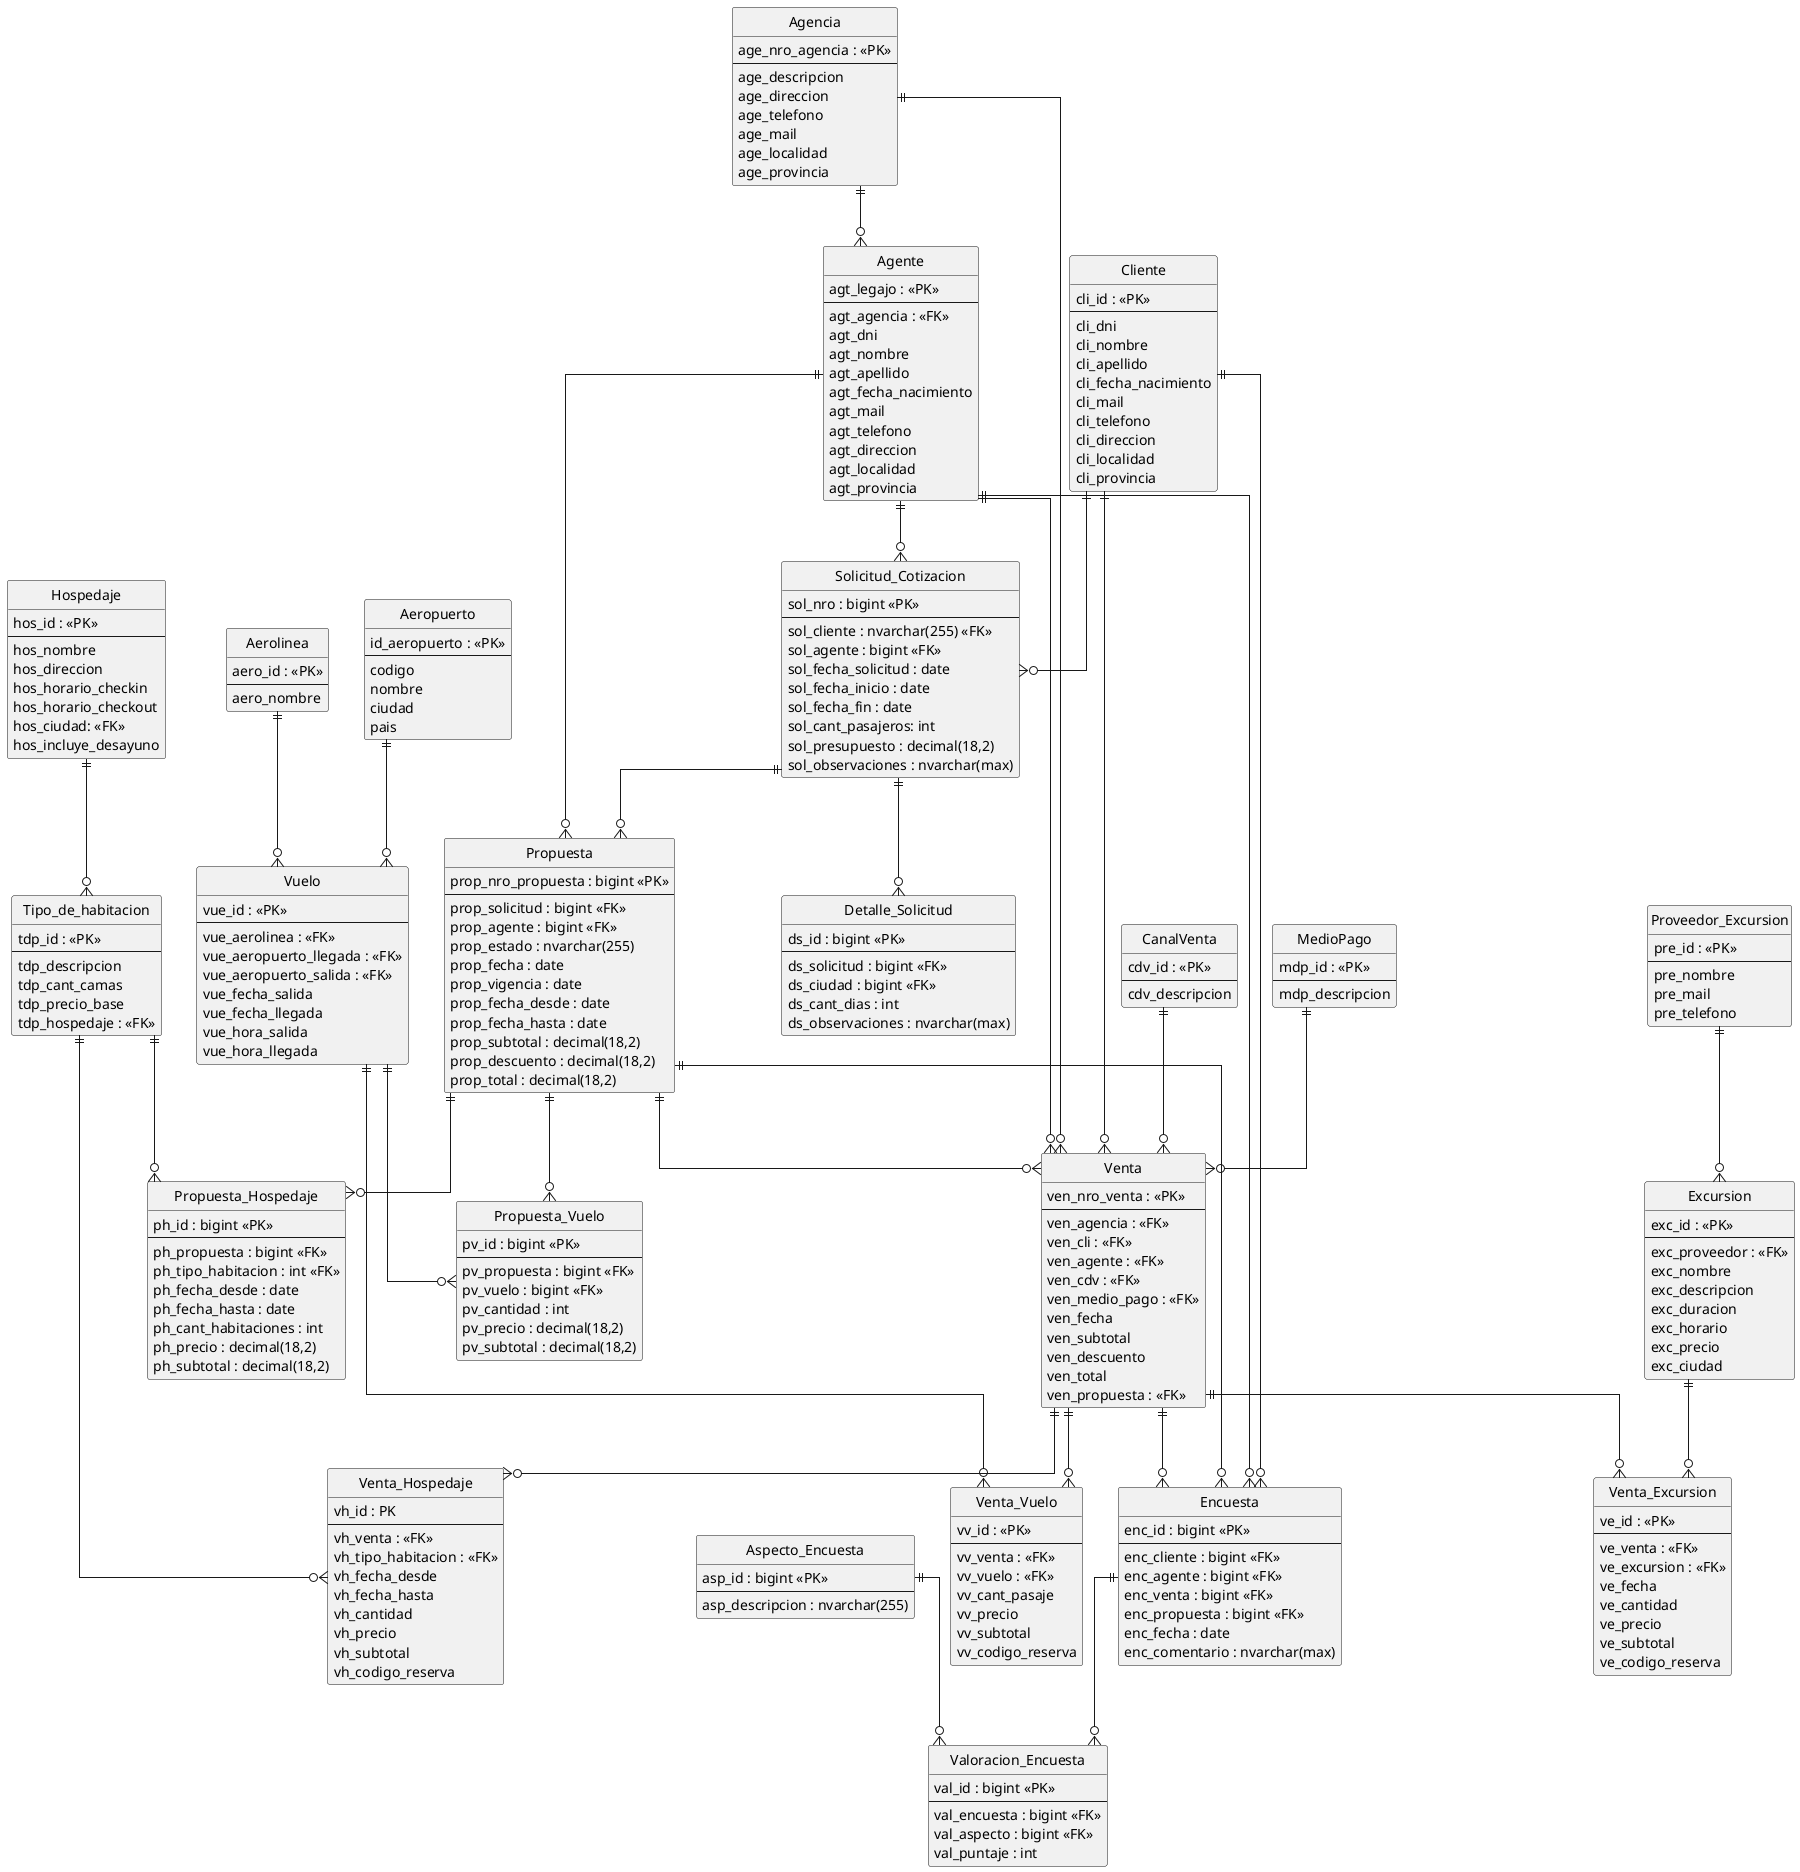
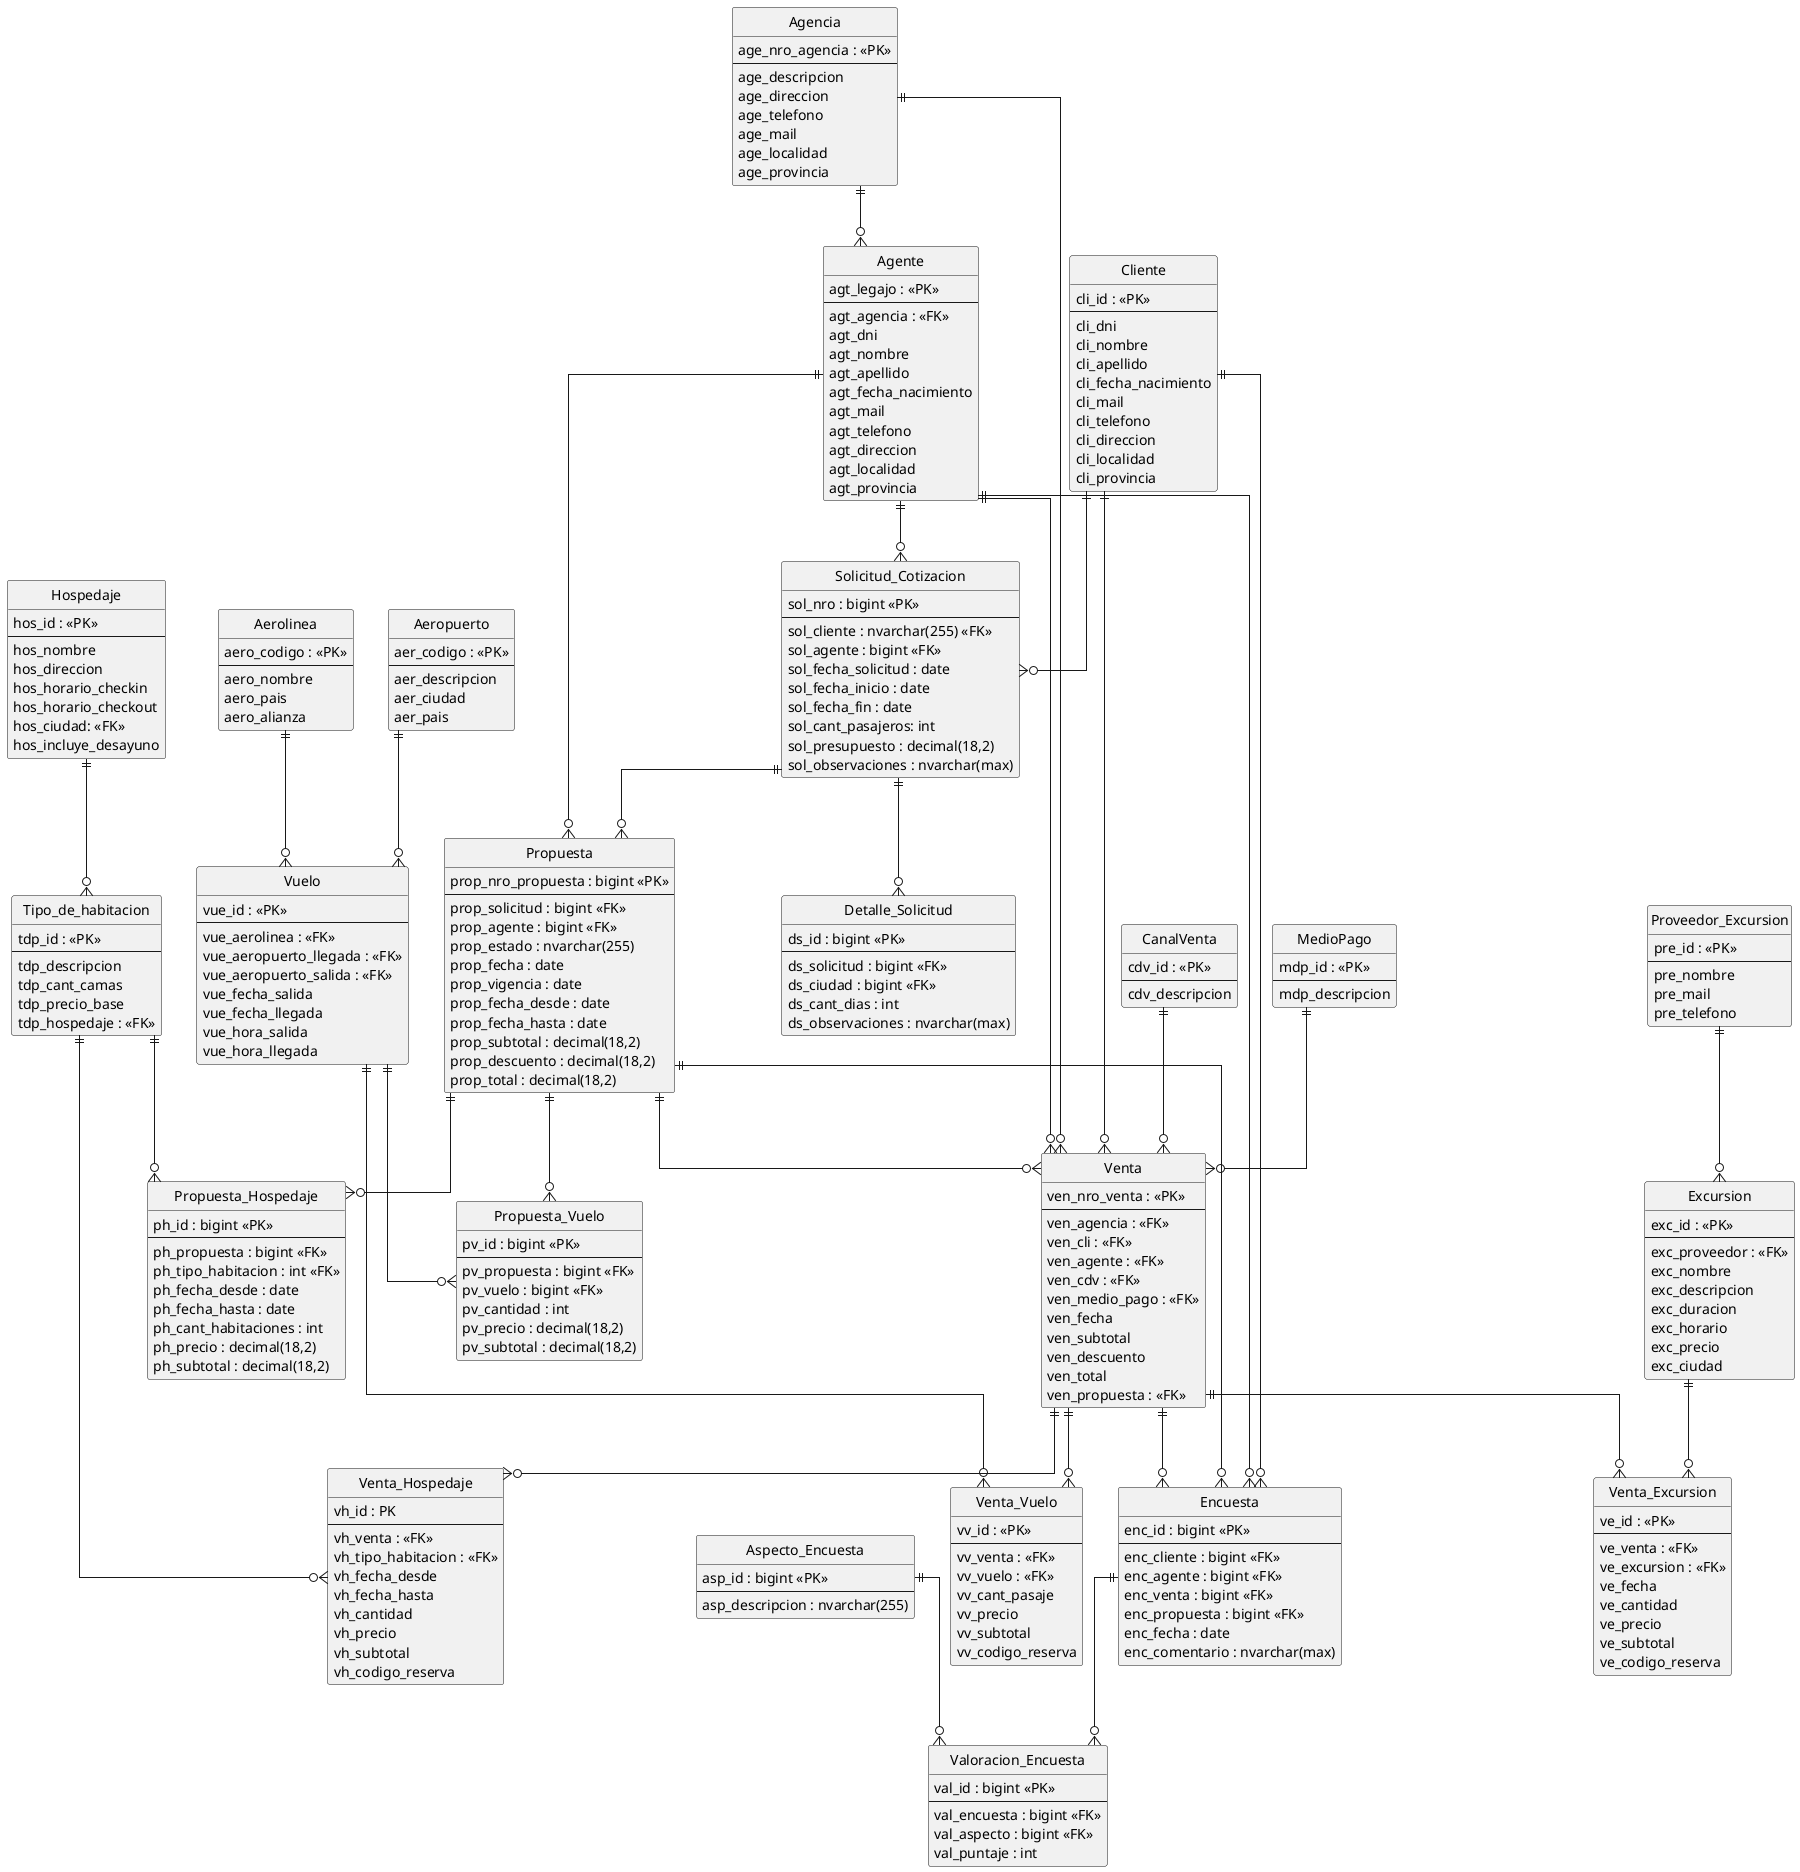
@startuml
hide circle
skinparam linetype ortho

entity Agencia {
  age_nro_agencia : <<PK>>
  --
  age_descripcion
  age_direccion
  age_telefono
  age_mail
  age_localidad
  age_provincia
}

entity Cliente {
  cli_id : <<PK>>
  --
  cli_dni
  cli_nombre
  cli_apellido
  cli_fecha_nacimiento
  cli_mail
  cli_telefono
  cli_direccion
  cli_localidad
  cli_provincia
}

entity Agente {
  agt_legajo : <<PK>>
  --
  agt_agencia : <<FK>>
  agt_dni
  agt_nombre
  agt_apellido
  agt_fecha_nacimiento
  agt_mail
  agt_telefono
  agt_direccion
  agt_localidad
  agt_provincia
}

entity CanalVenta {
  cdv_id : <<PK>>
  --
  cdv_descripcion
}

entity MedioPago {
  mdp_id : <<PK>>
  --
  mdp_descripcion
}

entity Aerolinea {
-   aero_id : <<PK>>
+   aero_codigo : <<PK>>
  --
  aero_nombre
+   aero_pais
+   aero_alianza
}

entity Aeropuerto {
-   id_aeropuerto : <<PK>>
-   --
-   codigo
-   nombre
-   ciudad
-   pais
+   aer_codigo : <<PK>>
+   --
+   aer_descripcion
+   aer_ciudad
+   aer_pais
}

entity Vuelo {
  vue_id : <<PK>>
  --
  vue_aerolinea : <<FK>>
  vue_aeropuerto_llegada : <<FK>>
  vue_aeropuerto_salida : <<FK>>
  vue_fecha_salida
  vue_fecha_llegada
  vue_hora_salida
  vue_hora_llegada
}

entity Hospedaje {
  hos_id : <<PK>>
  --
  hos_nombre
  hos_direccion
  hos_horario_checkin
  hos_horario_checkout
  hos_ciudad: <<FK>>
  hos_incluye_desayuno
}

entity Tipo_de_habitacion {
  tdp_id : <<PK>>
  --
  tdp_descripcion
  tdp_cant_camas
  tdp_precio_base
  tdp_hospedaje : <<FK>>
}

entity Proveedor_Excursion {
  pre_id : <<PK>>
  --
  pre_nombre
  pre_mail
  pre_telefono
}

entity Excursion {
  exc_id : <<PK>>
  --
  exc_proveedor : <<FK>>
  exc_nombre
  exc_descripcion
  exc_duracion
  exc_horario
  exc_precio
  exc_ciudad
}

entity Venta {
  ven_nro_venta : <<PK>>
  --
  ven_agencia : <<FK>>
  ven_cli : <<FK>>
  ven_agente : <<FK>>
  ven_cdv : <<FK>>
  ven_medio_pago : <<FK>>
  ven_fecha
  ven_subtotal
  ven_descuento
  ven_total
  ven_propuesta : <<FK>>
}

entity Venta_Vuelo {
  vv_id : <<PK>>
  --
  vv_venta : <<FK>>
  vv_vuelo : <<FK>>
  vv_cant_pasaje
  vv_precio
  vv_subtotal
  vv_codigo_reserva
}

entity Venta_Hospedaje {
  vh_id : PK
  --
  vh_venta : <<FK>>
  vh_tipo_habitacion : <<FK>>
  vh_fecha_desde
  vh_fecha_hasta
  vh_cantidad
  vh_precio
  vh_subtotal
  vh_codigo_reserva
}

entity Venta_Excursion {
  ve_id : <<PK>>
  --
  ve_venta : <<FK>>
  ve_excursion : <<FK>>
  ve_fecha
  ve_cantidad
  ve_precio
  ve_subtotal
  ve_codigo_reserva
}

entity Solicitud_Cotizacion {
  sol_nro : bigint <<PK>>
  --
  sol_cliente : nvarchar(255) <<FK>>
  sol_agente : bigint <<FK>>
  sol_fecha_solicitud : date
  sol_fecha_inicio : date
  sol_fecha_fin : date
  sol_cant_pasajeros: int
  sol_presupuesto : decimal(18,2)
  sol_observaciones : nvarchar(max)
}

entity Detalle_Solicitud {
  ds_id : bigint <<PK>>
  --
  ds_solicitud : bigint <<FK>>
  ds_ciudad : bigint <<FK>>
  ds_cant_dias : int
  ds_observaciones : nvarchar(max)
}

entity Propuesta {
  prop_nro_propuesta : bigint <<PK>>
  --
  prop_solicitud : bigint <<FK>>
  prop_agente : bigint <<FK>>
  prop_estado : nvarchar(255)
  prop_fecha : date
  prop_vigencia : date
  prop_fecha_desde : date
  prop_fecha_hasta : date
  prop_subtotal : decimal(18,2)
  prop_descuento : decimal(18,2)
  prop_total : decimal(18,2)
}

entity Propuesta_Vuelo {
  pv_id : bigint <<PK>>
  --
  pv_propuesta : bigint <<FK>>
  pv_vuelo : bigint <<FK>>
  pv_cantidad : int
  pv_precio : decimal(18,2)
  pv_subtotal : decimal(18,2)
}

entity Propuesta_Hospedaje {
  ph_id : bigint <<PK>>
  --
  ph_propuesta : bigint <<FK>>
  ph_tipo_habitacion : int <<FK>>
  ph_fecha_desde : date
  ph_fecha_hasta : date
  ph_cant_habitaciones : int
  ph_precio : decimal(18,2)
  ph_subtotal : decimal(18,2)
}

entity Encuesta {
  enc_id : bigint <<PK>>
  --
  enc_cliente : bigint <<FK>>
  enc_agente : bigint <<FK>>
  enc_venta : bigint <<FK>>
  enc_propuesta : bigint <<FK>>
  enc_fecha : date
  enc_comentario : nvarchar(max)
}

entity Aspecto_Encuesta {
  asp_id : bigint <<PK>>
  --
  asp_descripcion : nvarchar(255)
}

entity Valoracion_Encuesta {
  val_id : bigint <<PK>>
  --
  val_encuesta : bigint <<FK>>
  val_aspecto : bigint <<FK>>
  val_puntaje : int
}

Agencia ||--o{ Agente
Agencia ||--o{ Venta

Cliente ||--o{ Venta
Cliente ||--o{ Solicitud_Cotizacion
Cliente ||--o{ Encuesta

Agente ||--o{ Venta
Agente ||--o{ Solicitud_Cotizacion
Agente ||--o{ Propuesta
Agente ||--o{ Encuesta

CanalVenta ||--o{ Venta
MedioPago ||--o{ Venta

Aerolinea ||--o{ Vuelo
Aeropuerto ||--o{ Vuelo

Hospedaje ||--o{ Tipo_de_habitacion

Proveedor_Excursion ||--o{ Excursion

Venta ||--o{ Venta_Vuelo
Venta ||--o{ Venta_Hospedaje
Venta ||--o{ Venta_Excursion

Vuelo ||--o{ Venta_Vuelo
Tipo_de_habitacion ||--o{ Venta_Hospedaje
Excursion ||--o{ Venta_Excursion

Solicitud_Cotizacion ||--o{ Detalle_Solicitud
Solicitud_Cotizacion ||--o{ Propuesta

Propuesta ||--o{ Propuesta_Vuelo
Propuesta ||--o{ Propuesta_Hospedaje

Vuelo ||--o{ Propuesta_Vuelo
Tipo_de_habitacion ||--o{ Propuesta_Hospedaje

Propuesta ||--o{ Venta

Encuesta ||--o{ Valoracion_Encuesta
Aspecto_Encuesta ||--o{ Valoracion_Encuesta

Venta ||--o{ Encuesta
Propuesta ||--o{ Encuesta


@enduml
